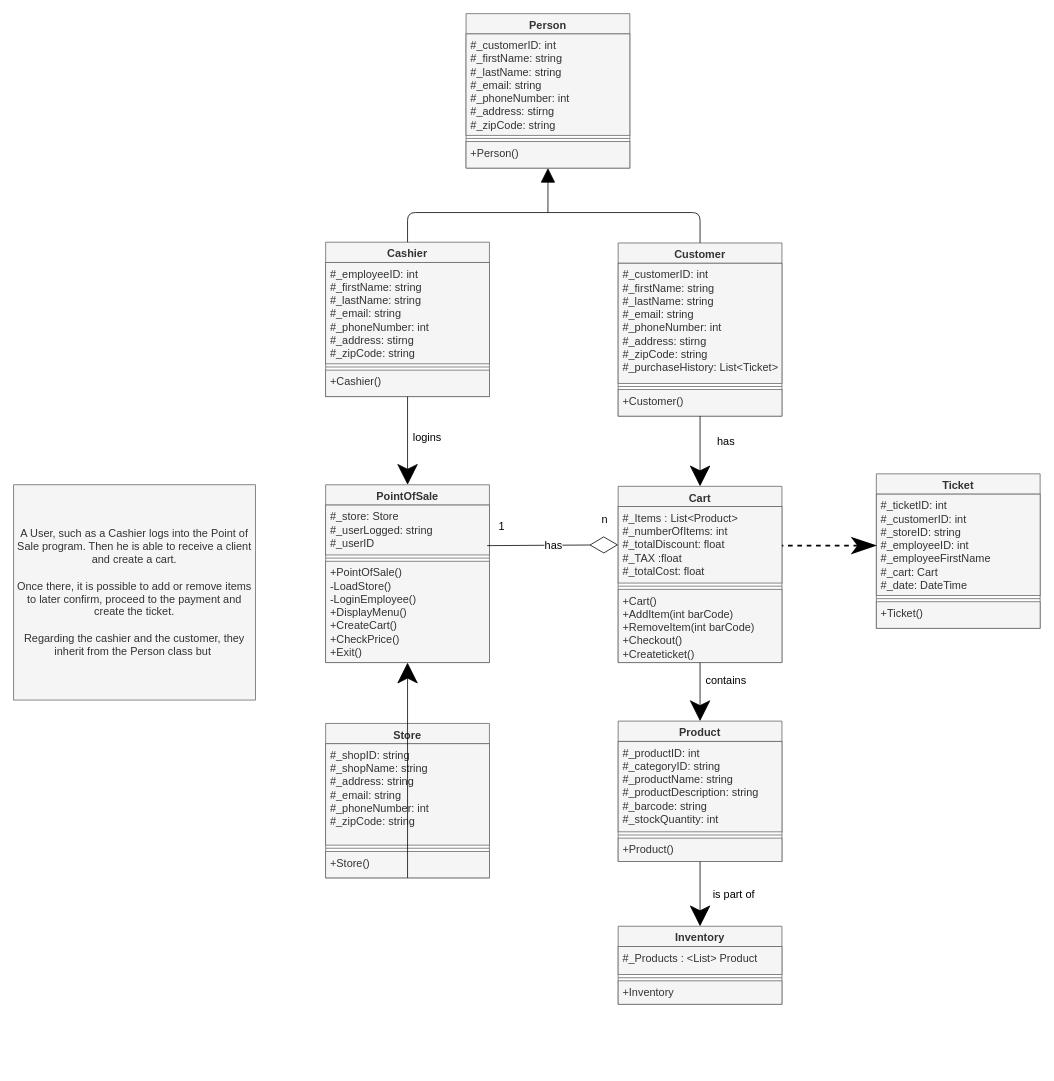
Shelemhg/cse210-projects keeps this draw.io diagram as final/FinalProject/Classes.drawio. Above is the earlier version. Source tidied: cells renumbered, new cells numbered last; positions are measured from the earlier drawing's top-left corner, leaving out a move shared by most shapes. Both pictures are drawn from the tidied source at 78%, with x=0, y=0 at pixel (13, 13).
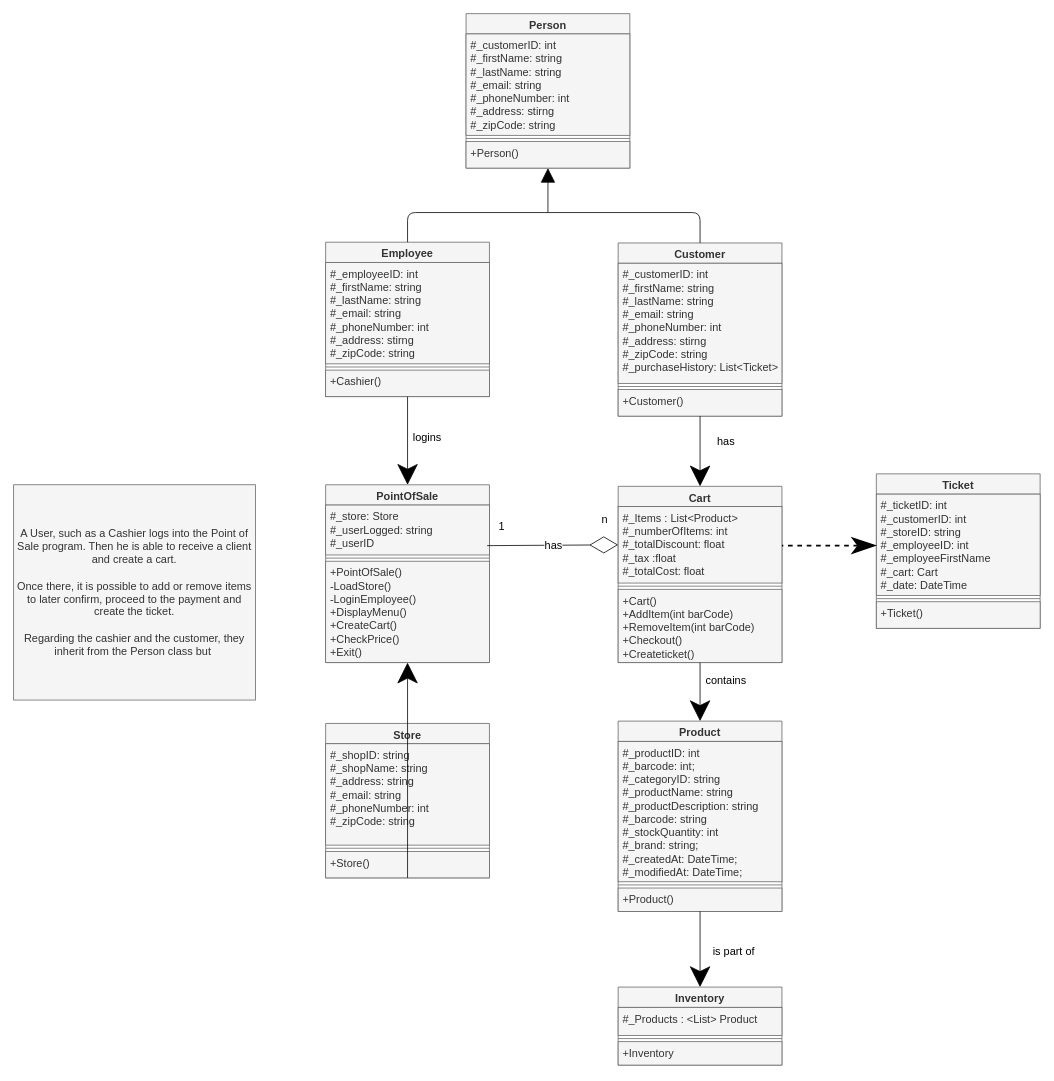
Above is the later version.

Unchanged cells that the change refers to:
```xml
<mxCell id="36" value="Cart" style="swimlane;fontStyle=1;align=center;verticalAlign=top;horizontal=1;startSize=26;fillColor=#f5f5f5;strokeColor=#666666;fontColor=#333333;fontSize=14;" parent="1" vertex="1">
  <mxGeometry x="775" y="606" width="210" height="226" as="geometry" />
</mxCell>
```

What changed in the source:
```diff
@@
-    <mxCell id="11" value="Cashier" style="swimlane;fontStyle=1;align=center;verticalAlign=top;horizontal=1;startSize=26;fillColor=#f5f5f5;strokeColor=#666666;fontColor=#333333;fontSize=14;" parent="1" vertex="1">
+    <mxCell id="11" value="Employee" style="swimlane;fontStyle=1;align=center;verticalAlign=top;horizontal=1;startSize=26;fillColor=#f5f5f5;strokeColor=#666666;fontColor=#333333;fontSize=14;" parent="1" vertex="1">
       <mxGeometry x="400" y="293" width="210" height="198" as="geometry" />
     </mxCell>
@@
     <mxCell id="19" value="Product" style="swimlane;fontStyle=1;align=center;verticalAlign=top;horizontal=1;startSize=26;fillColor=#f5f5f5;strokeColor=#666666;fontColor=#333333;fontSize=14;" parent="1" vertex="1">
-      <mxGeometry x="775" y="907" width="210" height="180" as="geometry" />
+      <mxGeometry x="775" y="907" width="210" height="244" as="geometry" />
     </mxCell>
-    <mxCell id="20" value="#_productID: int&#10;#_categoryID: string&#10;#_productName: string&#10;#_productDescription: string&#10;#_barcode: string&#10;#_stockQuantity: int" style="text;strokeColor=#666666;fillColor=#f5f5f5;align=left;verticalAlign=top;spacingLeft=4;spacingRight=4;overflow=hidden;fontColor=#333333;fontSize=14;" parent="19" vertex="1">
-      <mxGeometry y="26" width="210" height="116" as="geometry" />
+    <mxCell id="20" value="#_productID: int&#10;#_barcode: int;&#10;#_categoryID: string&#10;#_productName: string&#10;#_productDescription: string&#10;#_barcode: string&#10;#_stockQuantity: int&#10;#_brand: string;&#10;#_createdAt: DateTime;&#10;#_modifiedAt: DateTime;" style="text;strokeColor=#666666;fillColor=#f5f5f5;align=left;verticalAlign=top;spacingLeft=4;spacingRight=4;overflow=hidden;fontColor=#333333;fontSize=14;" parent="19" vertex="1">
+      <mxGeometry y="26" width="210" height="180" as="geometry" />
     </mxCell>
     <mxCell id="21" style="line;strokeWidth=1;fillColor=#f5f5f5;align=left;verticalAlign=middle;spacingTop=-1;spacingLeft=3;spacingRight=3;labelPosition=right;strokeColor=#666666;fontColor=#333333;fontSize=14;" parent="19" vertex="1">
-      <mxGeometry y="142" width="210" height="8" as="geometry" />
+      <mxGeometry y="206" width="210" height="8" as="geometry" />
     </mxCell>
     <mxCell id="22" value="+Product()" style="text;strokeColor=#666666;fillColor=#f5f5f5;align=left;verticalAlign=top;spacingLeft=4;spacingRight=4;overflow=hidden;fontColor=#333333;fontSize=14;" parent="19" vertex="1">
-      <mxGeometry y="150" width="210" height="30" as="geometry" />
+      <mxGeometry y="214" width="210" height="30" as="geometry" />
     </mxCell>
@@
     <mxCell id="32" value="Inventory" style="swimlane;fontStyle=1;align=center;verticalAlign=top;horizontal=1;startSize=26;fillColor=#f5f5f5;strokeColor=#666666;fontColor=#333333;fontSize=14;" parent="1" vertex="1">
-      <mxGeometry x="775" y="1170" width="210" height="100" as="geometry" />
+      <mxGeometry x="775" y="1248" width="210" height="100" as="geometry" />
     </mxCell>
@@
-    <mxCell id="37" value="#_Items : List&lt;Product&gt;&#10;#_numberOfItems: int&#10;#_totalDiscount: float&#10;#_TAX :float&#10;#_totalCost: float" style="text;strokeColor=#666666;fillColor=#f5f5f5;align=left;verticalAlign=top;spacingLeft=4;spacingRight=4;overflow=hidden;points=[[0,0.5],[1,0.5]];portConstraint=eastwest;fontColor=#333333;fontSize=14;" parent="36" vertex="1">
+    <mxCell id="37" value="#_Items : List&lt;Product&gt;&#10;#_numberOfItems: int&#10;#_totalDiscount: float&#10;#_tax :float&#10;#_totalCost: float" style="text;strokeColor=#666666;fillColor=#f5f5f5;align=left;verticalAlign=top;spacingLeft=4;spacingRight=4;overflow=hidden;points=[[0,0.5],[1,0.5]];portConstraint=eastwest;fontColor=#333333;fontSize=14;" parent="36" vertex="1">
       <mxGeometry y="26" width="210" height="98" as="geometry" />
     </mxCell>
```
